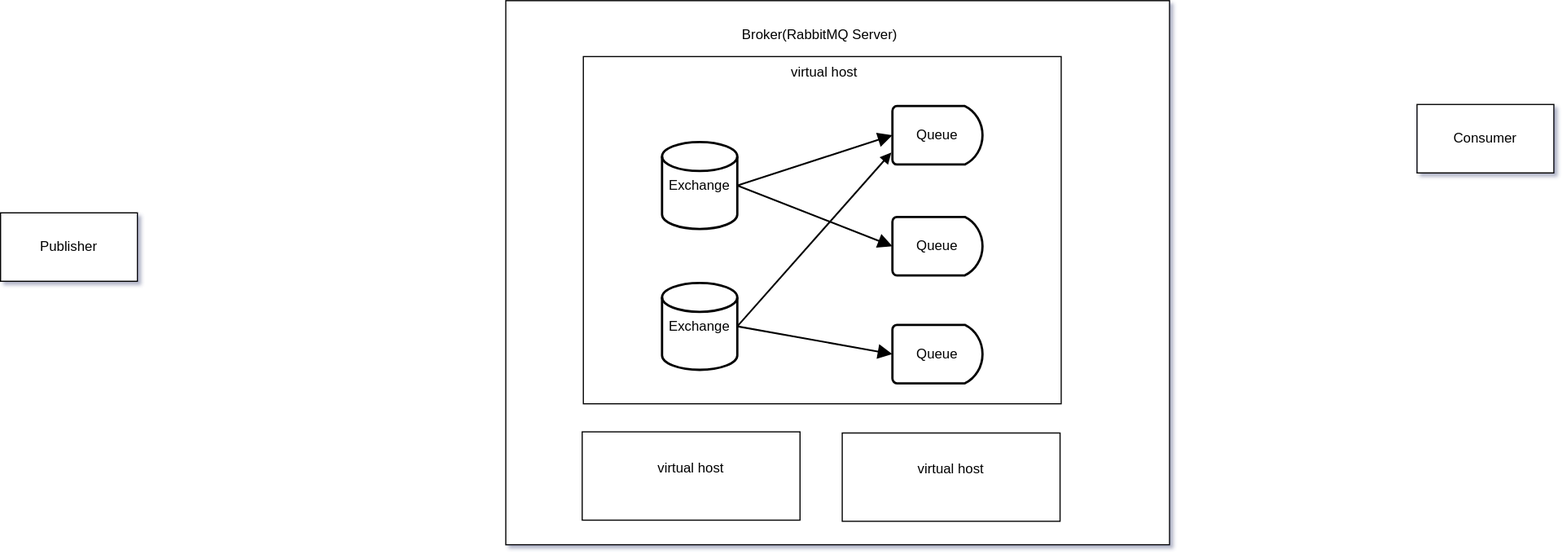
Earlier version of the draw.io export MircoServices/RabbitMQ结构.drawio.svg (joijoop/draw.io). Source tidied: cells renumbered, new cells last; positions are measured from the earlier drawing's top-left corner, leaving out a move shared by most shapes.
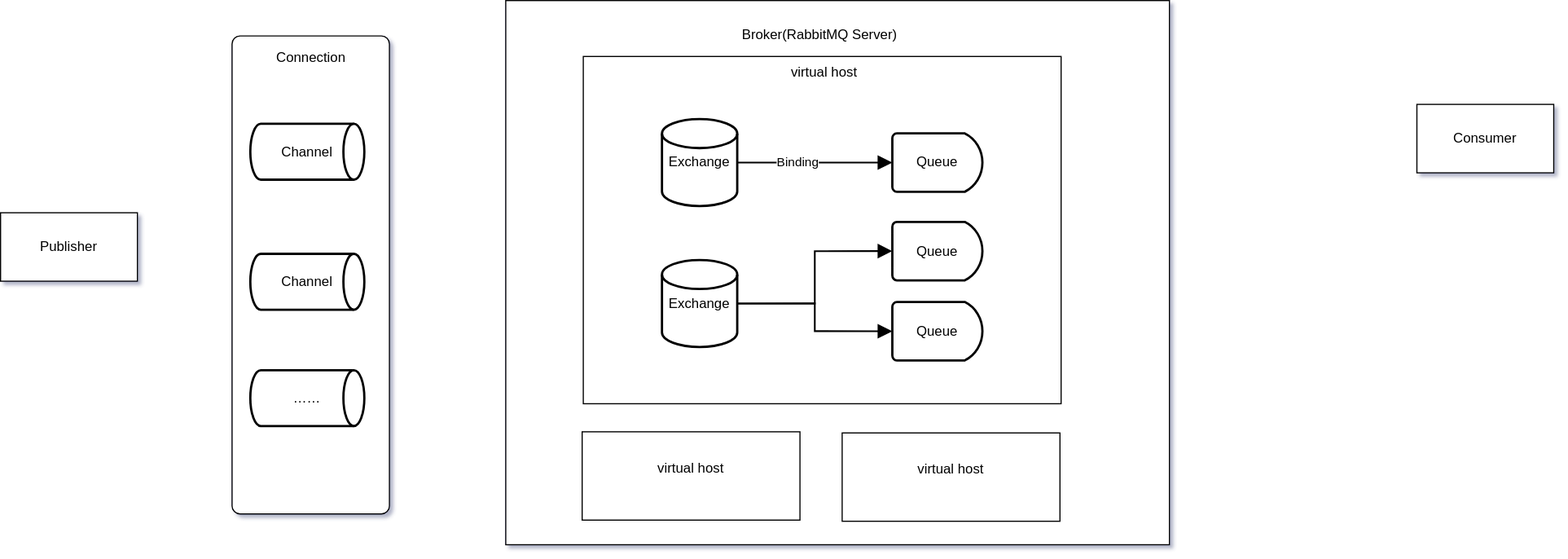
The same file after the commit.

The edit, as a diff of the source:
```diff
@@ -27,32 +27,32 @@
       <mxGeometry x="173.4" width="76" height="41" as="geometry" />
     </mxCell>
     <mxCell id="10" value="Exchange" style="strokeWidth=2;html=1;shape=mxgraph.flowchart.database;whiteSpace=wrap;" parent="7" vertex="1">
-      <mxGeometry x="69" y="74.9" width="66" height="76.2" as="geometry" />
+      <mxGeometry x="69" y="54.9" width="66" height="76.2" as="geometry" />
     </mxCell>
     <mxCell id="11" value="Exchange" style="strokeWidth=2;html=1;shape=mxgraph.flowchart.database;whiteSpace=wrap;" parent="7" vertex="1">
-      <mxGeometry x="69" y="198.4" width="66" height="76.2" as="geometry" />
+      <mxGeometry x="69" y="178.4" width="66" height="76.2" as="geometry" />
     </mxCell>
     <mxCell id="12" value="Queue" style="strokeWidth=2;html=1;shape=mxgraph.flowchart.delay;whiteSpace=wrap;" parent="7" vertex="1">
-      <mxGeometry x="271" y="43.4" width="79" height="51.2" as="geometry" />
+      <mxGeometry x="271" y="67.4" width="79" height="51.2" as="geometry" />
     </mxCell>
     <mxCell id="13" value="Queue" style="strokeWidth=2;html=1;shape=mxgraph.flowchart.delay;whiteSpace=wrap;" parent="7" vertex="1">
-      <mxGeometry x="271" y="140.6" width="79" height="51.2" as="geometry" />
+      <mxGeometry x="271" y="145" width="79" height="51.2" as="geometry" />
     </mxCell>
     <mxCell id="14" value="Queue" style="strokeWidth=2;html=1;shape=mxgraph.flowchart.delay;whiteSpace=wrap;" parent="7" vertex="1">
-      <mxGeometry x="271" y="235.2" width="79" height="51.2" as="geometry" />
+      <mxGeometry x="271" y="215.2" width="79" height="51.2" as="geometry" />
     </mxCell>
     <mxCell id="15" style="rounded=0;jettySize=auto;html=1;exitX=1;exitY=0.5;exitDx=0;exitDy=0;exitPerimeter=0;entryX=0;entryY=0.5;entryDx=0;entryDy=0;entryPerimeter=0;strokeColor=default;endWidth=12.727272727272728;strokeWidth=1.5;endArrow=block;startArrow=none;startFill=0;shadow=0;flowAnimation=0;endSize=9;" parent="7" edge="1" source="10" target="12">
       <mxGeometry relative="1" as="geometry" />
     </mxCell>
-    <mxCell id="16" style="rounded=0;jettySize=auto;html=1;exitX=1;exitY=0.5;exitDx=0;exitDy=0;exitPerimeter=0;entryX=0;entryY=0.5;entryDx=0;entryDy=0;entryPerimeter=0;shadow=0;strokeColor=default;strokeWidth=1.5;align=center;verticalAlign=middle;fontFamily=Helvetica;fontSize=11;fontColor=default;labelBackgroundColor=default;startArrow=none;startFill=0;endArrow=block;endSize=9;flowAnimation=0;" parent="7" edge="1" source="10" target="13">
-      <mxGeometry relative="1" as="geometry" />
-    </mxCell>
-    <mxCell id="17" style="rounded=0;jettySize=auto;html=1;exitX=1;exitY=0.5;exitDx=0;exitDy=0;exitPerimeter=0;entryX=-0.012;entryY=0.794;entryDx=0;entryDy=0;entryPerimeter=0;shadow=0;strokeColor=default;strokeWidth=1.5;align=center;verticalAlign=middle;fontFamily=Helvetica;fontSize=11;fontColor=default;labelBackgroundColor=default;startArrow=none;startFill=0;endArrow=block;flowAnimation=0;" parent="7" edge="1" source="11" target="12">
-      <mxGeometry relative="1" as="geometry" />
-    </mxCell>
+    <mxCell id="31" value="Binding" style="edgeLabel;html=1;align=center;verticalAlign=middle;" parent="15" vertex="1">
+      <mxGeometry x="-0.22" y="1" relative="1" as="geometry" />
+    </mxCell>
-    <mxCell id="18" style="rounded=0;jettySize=auto;html=1;exitX=1;exitY=0.5;exitDx=0;exitDy=0;exitPerimeter=0;entryX=0;entryY=0.5;entryDx=0;entryDy=0;entryPerimeter=0;shadow=0;strokeColor=default;strokeWidth=1.5;align=center;verticalAlign=middle;fontFamily=Helvetica;fontSize=11;fontColor=default;labelBackgroundColor=default;startArrow=none;startFill=0;endArrow=block;endSize=9;flowAnimation=0;" parent="7" edge="1" source="11" target="14">
+    <mxCell id="18" style="rounded=0;jettySize=auto;html=1;exitX=1;exitY=0.5;exitDx=0;exitDy=0;exitPerimeter=0;entryX=0;entryY=0.5;entryDx=0;entryDy=0;entryPerimeter=0;shadow=0;strokeColor=default;strokeWidth=1.5;align=center;verticalAlign=middle;fontFamily=Helvetica;fontSize=11;fontColor=default;labelBackgroundColor=default;startArrow=none;startFill=0;endArrow=block;endSize=9;flowAnimation=0;edgeStyle=orthogonalEdgeStyle;" parent="7" edge="1" source="11" target="14">
       <mxGeometry relative="1" as="geometry" />
     </mxCell>
+    <mxCell id="32" style="edgeStyle=orthogonalEdgeStyle;rounded=0;jettySize=auto;html=1;exitX=1;exitY=0.5;exitDx=0;exitDy=0;exitPerimeter=0;entryX=0;entryY=0.5;entryDx=0;entryDy=0;entryPerimeter=0;shadow=0;strokeColor=default;strokeWidth=1.5;align=center;verticalAlign=middle;fontFamily=Helvetica;fontSize=11;fontColor=default;labelBackgroundColor=default;startArrow=none;startFill=0;endArrow=block;endSize=9;flowAnimation=0;" parent="7" edge="1" source="11" target="13">
+      <mxGeometry relative="1" as="geometry" />
+    </mxCell>
     <mxCell id="19" style="group;" parent="4" vertex="1">
       <mxGeometry x="67" y="378" width="191" height="77.4" as="geometry" />
     </mxCell>
@@ -101,5 +101,23 @@
         <mxPoint x="61.5" y="48.4" as="sourcePoint" />
       </mxGeometry>
     </mxCell>
+    <mxCell id="33" style="group;" parent="1" vertex="1">
+      <mxGeometry x="203" y="31" width="138" height="419" as="geometry" />
+    </mxCell>
+    <mxCell id="34" style="rounded=1;whiteSpace=wrap;html=1;absoluteArcSize=1;arcSize=14;strokeWidth=1;" parent="33" vertex="1">
+      <mxGeometry width="138" height="419" as="geometry" />
+    </mxCell>
+    <mxCell id="35" value="Connection&lt;span class=&quot;eusoft-eudic-chrome-extension-translate-content eusoft-eudic-chrome-extension-translate-content-style-blur&quot;&gt;&lt;/span&gt;" style="text;html=1;align=center;verticalAlign=middle;strokeColor=none;fillColor=none;" parent="33" vertex="1">
+      <mxGeometry x="29.5" y="6" width="79" height="26" as="geometry" />
+    </mxCell>
+    <mxCell id="36" value="Channel" style="strokeWidth=2;html=1;shape=mxgraph.flowchart.direct_data;whiteSpace=wrap;" parent="33" vertex="1">
+      <mxGeometry x="16" y="77" width="100" height="49" as="geometry" />
+    </mxCell>
+    <mxCell id="37" value="Channel" style="strokeWidth=2;html=1;shape=mxgraph.flowchart.direct_data;whiteSpace=wrap;" parent="33" vertex="1">
+      <mxGeometry x="16" y="191" width="100" height="49" as="geometry" />
+    </mxCell>
+    <mxCell id="38" value="……&lt;span class=&quot;eusoft-eudic-chrome-extension-translate-content eusoft-eudic-chrome-extension-translate-content-style-blur&quot;&gt;&lt;/span&gt;" style="strokeWidth=2;html=1;shape=mxgraph.flowchart.direct_data;whiteSpace=wrap;" parent="33" vertex="1">
+      <mxGeometry x="16" y="293" width="100" height="49" as="geometry" />
+    </mxCell>
   </root>
 </mxGraphModel>
```
